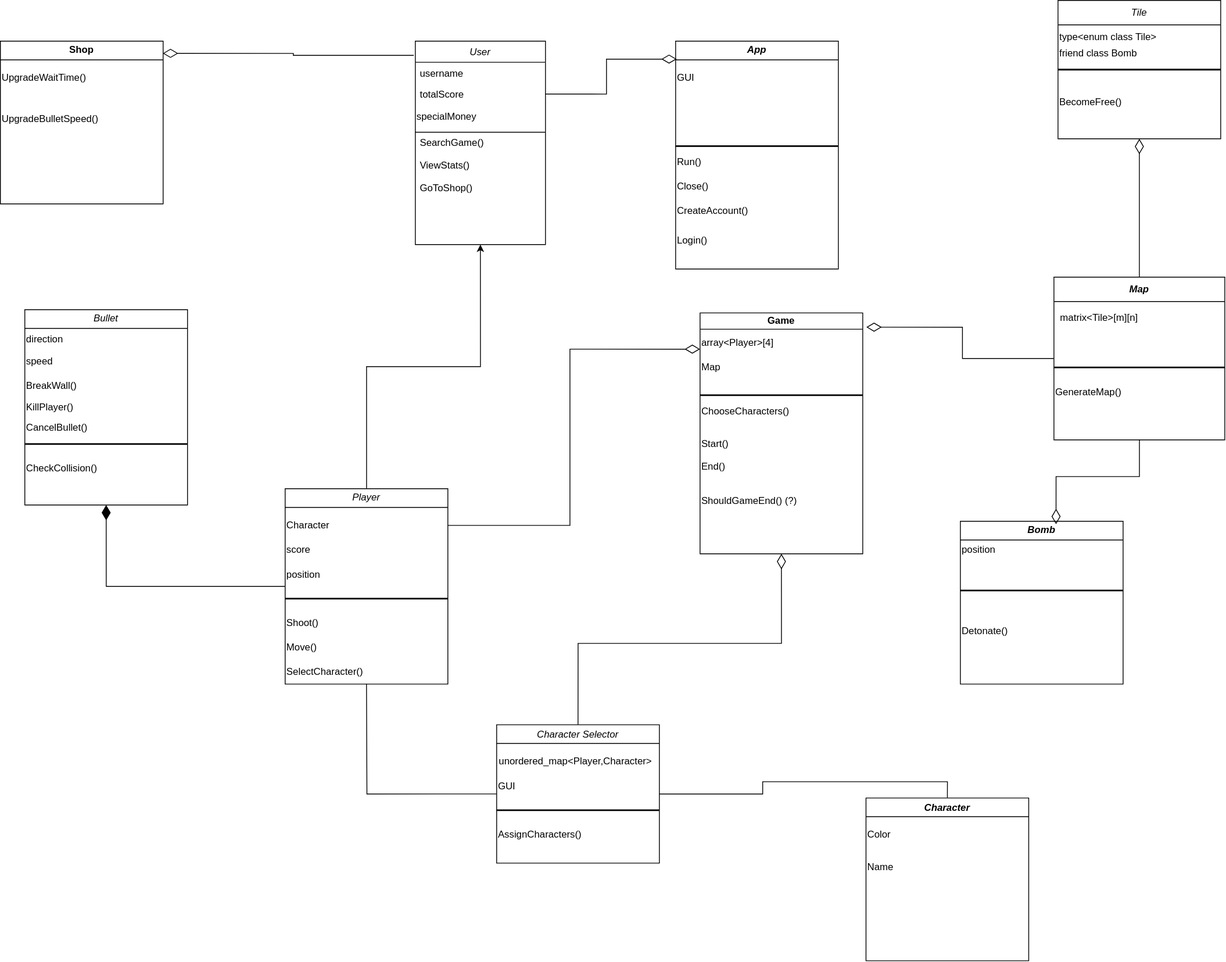
Above: BattleCity.svg in bogdanmb04/modern-c-project (draw.io), before the change. Source tidied: cells renumbered, new cells last; positions are measured from the earlier drawing's top-left corner, leaving out a move shared by most shapes.
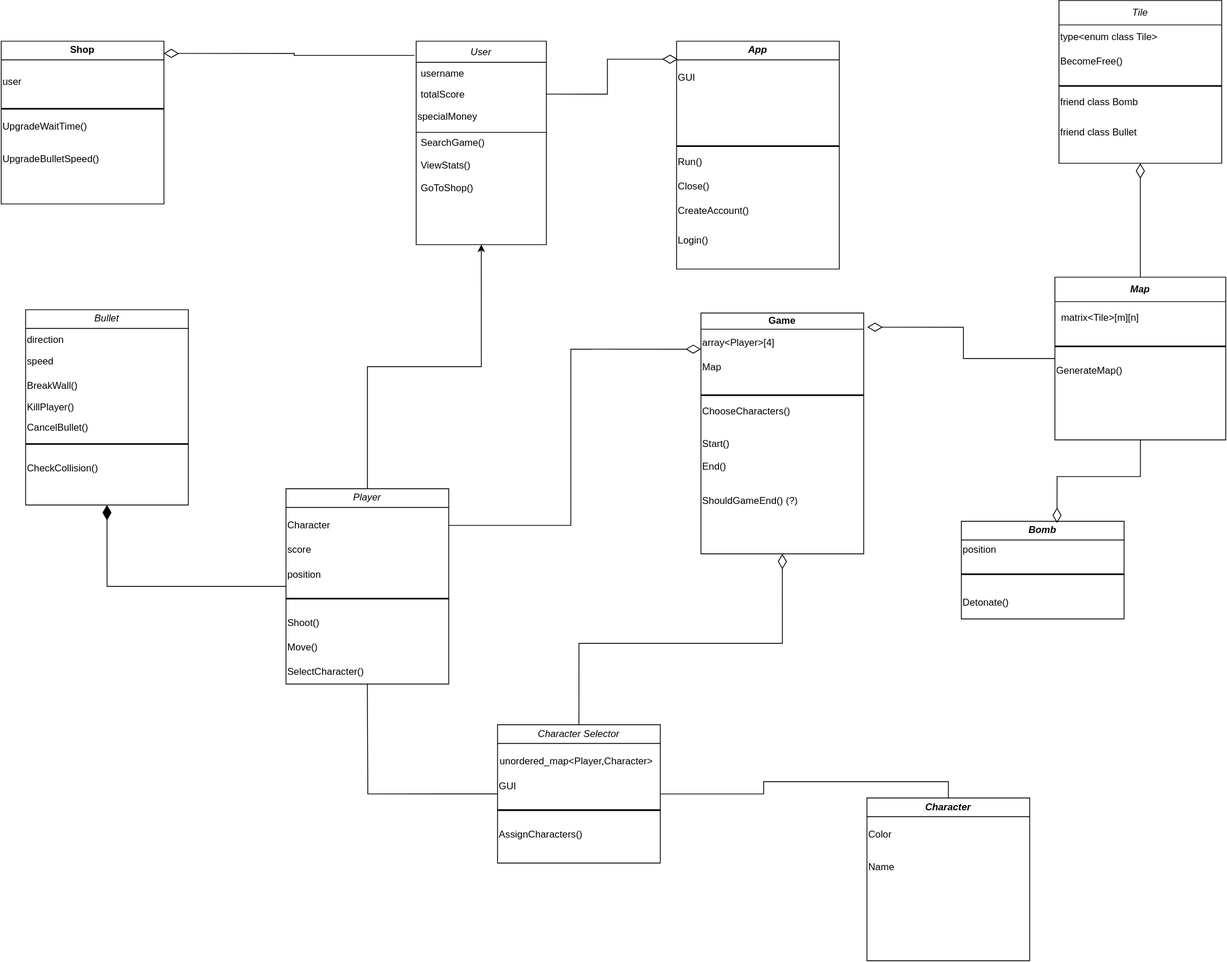
Above is the later version.

The edit, as a diff of the source:
```diff
@@ -45,20 +45,23 @@
       <mxGeometry y="52" width="200" height="30" as="geometry" />
     </mxCell>
     <mxCell id="16" value="&lt;span style=&quot;font-weight: normal;&quot;&gt;&lt;i&gt;Tile&lt;/i&gt;&lt;/span&gt;" style="swimlane;whiteSpace=wrap;html=1;startSize=30;" parent="1" vertex="1">
-      <mxGeometry x="1300" width="200" height="170" as="geometry" />
+      <mxGeometry x="1300" width="200" height="200" as="geometry" />
     </mxCell>
     <mxCell id="17" value="type&amp;lt;enum class Tile&amp;gt;" style="text;html=1;align=left;verticalAlign=middle;whiteSpace=wrap;rounded=0;" parent="16" vertex="1">
       <mxGeometry y="30" width="200" height="30" as="geometry" />
     </mxCell>
     <mxCell id="18" style="line;strokeWidth=2;html=1;" parent="16" vertex="1">
-      <mxGeometry y="80" width="200" height="10" as="geometry" />
+      <mxGeometry y="100" width="200" height="10" as="geometry" />
     </mxCell>
     <mxCell id="19" value="BecomeFree()" style="text;html=1;align=left;verticalAlign=middle;whiteSpace=wrap;rounded=0;" parent="16" vertex="1">
-      <mxGeometry y="110" width="200" height="30" as="geometry" />
+      <mxGeometry y="60" width="200" height="30" as="geometry" />
     </mxCell>
     <mxCell id="20" value="friend class Bomb" style="text;html=1;align=left;verticalAlign=middle;whiteSpace=wrap;rounded=0;" parent="16" vertex="1">
-      <mxGeometry y="50" width="200" height="30" as="geometry" />
+      <mxGeometry y="110" width="200" height="30" as="geometry" />
     </mxCell>
+    <mxCell id="74" value="&lt;div align=&quot;left&quot;&gt;friend class Bullet&lt;br&gt;&lt;/div&gt;" style="text;html=1;align=left;verticalAlign=middle;whiteSpace=wrap;rounded=0;" parent="16" vertex="1">
+      <mxGeometry y="147" width="200" height="30" as="geometry" />
+    </mxCell>
     <mxCell id="21" value="&lt;span style=&quot;font-weight: normal;&quot;&gt;&lt;i&gt;Bullet&lt;/i&gt;&lt;/span&gt;" style="swimlane;whiteSpace=wrap;html=1;" parent="1" vertex="1">
       <mxGeometry x="30" y="380" width="200" height="240" as="geometry" />
     </mxCell>
@@ -144,11 +147,17 @@
       <mxGeometry y="50" width="200" height="200" as="geometry" />
     </mxCell>
     <mxCell id="49" value="UpgradeWaitTime()" style="text;html=1;align=left;verticalAlign=middle;whiteSpace=wrap;rounded=0;" parent="48" vertex="1">
-      <mxGeometry y="30" width="200" height="30" as="geometry" />
+      <mxGeometry y="90" width="200" height="30" as="geometry" />
     </mxCell>
     <mxCell id="50" value="UpgradeBulletSpeed()" style="text;html=1;align=left;verticalAlign=middle;whiteSpace=wrap;rounded=0;" parent="48" vertex="1">
-      <mxGeometry y="81" width="200" height="30" as="geometry" />
+      <mxGeometry y="130" width="200" height="30" as="geometry" />
     </mxCell>
+    <mxCell id="75" style="line;strokeWidth=2;html=1;" parent="48" vertex="1">
+      <mxGeometry y="78" width="200" height="10" as="geometry" />
+    </mxCell>
+    <mxCell id="76" value="&lt;div align=&quot;left&quot;&gt;user&lt;/div&gt;" style="text;html=1;align=left;verticalAlign=middle;whiteSpace=wrap;rounded=0;" parent="48" vertex="1">
+      <mxGeometry y="35" width="190" height="30" as="geometry" />
+    </mxCell>
     <mxCell id="51" style="edgeStyle=orthogonalEdgeStyle;rounded=0;jettySize=auto;html=1;entryX=0.998;entryY=0.075;entryDx=0;entryDy=0;entryPerimeter=0;endArrow=diamondThin;endFill=0;endSize=16;exitX=-0.012;exitY=0.07;exitDx=0;exitDy=0;exitPerimeter=0;" parent="1" edge="1" source="2" target="48">
       <mxGeometry relative="1" as="geometry" />
     </mxCell>
@@ -192,22 +201,22 @@
       <mxGeometry x="6" y="35" width="200" height="30" as="geometry" />
     </mxCell>
     <mxCell id="65" value="GenerateMap()" style="text;html=1;align=left;verticalAlign=middle;whiteSpace=wrap;rounded=0;" parent="63" vertex="1">
-      <mxGeometry y="127" width="200" height="30" as="geometry" />
+      <mxGeometry y="100" width="200" height="30" as="geometry" />
     </mxCell>
     <mxCell id="66" style="line;strokeWidth=2;html=1;" parent="63" vertex="1">
-      <mxGeometry y="106" width="210" height="10" as="geometry" />
+      <mxGeometry y="80" width="210" height="10" as="geometry" />
     </mxCell>
     <mxCell id="67" style="edgeStyle=orthogonalEdgeStyle;rounded=0;jettySize=auto;html=1;entryX=1.022;entryY=0.059;entryDx=0;entryDy=0;entryPerimeter=0;endArrow=diamondThin;endFill=0;endSize=16;" parent="1" edge="1" source="63" target="8">
       <mxGeometry relative="1" as="geometry" />
     </mxCell>
     <mxCell id="68" value="&lt;i&gt;Bomb&lt;/i&gt;" style="swimlane;whiteSpace=wrap;html=1;" parent="1" vertex="1">
-      <mxGeometry x="1180" y="640" width="200" height="200" as="geometry" />
+      <mxGeometry x="1180" y="640" width="200" height="120" as="geometry" />
     </mxCell>
     <mxCell id="69" value="Detonate()" style="text;html=1;align=left;verticalAlign=middle;whiteSpace=wrap;rounded=0;" parent="68" vertex="1">
-      <mxGeometry y="120" width="200" height="30" as="geometry" />
+      <mxGeometry y="85" width="200" height="30" as="geometry" />
     </mxCell>
     <mxCell id="70" style="line;strokeWidth=2;html=1;" parent="68" vertex="1">
-      <mxGeometry y="80" width="200" height="10" as="geometry" />
+      <mxGeometry y="60" width="200" height="10" as="geometry" />
     </mxCell>
     <mxCell id="71" value="position" style="text;html=1;align=left;verticalAlign=middle;whiteSpace=wrap;rounded=0;" parent="68" vertex="1">
       <mxGeometry y="20" width="200" height="30" as="geometry" />
```
